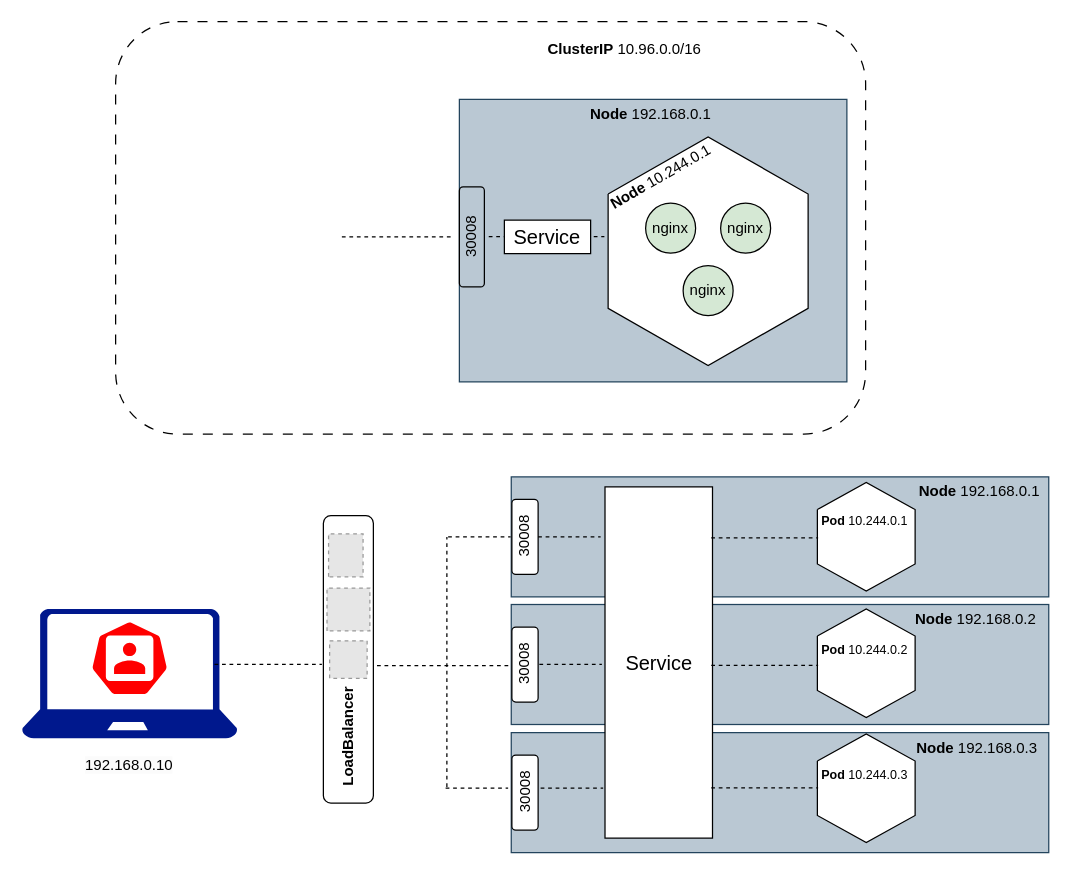
Earlier version of the draw.io diagram K8sLoadBalancerService.drawio (ChristophAtos/K8straining). Source tidied: cells renumbered, new cells numbered last; positions are measured from the earlier drawing's top-left corner, leaving out a move shared by most shapes. Both pictures are drawn from the tidied source at 125%, with x=0, y=0 at pixel (21, 21). Pictures stored in the file or linked from it are replaced by grey dashed boxes.
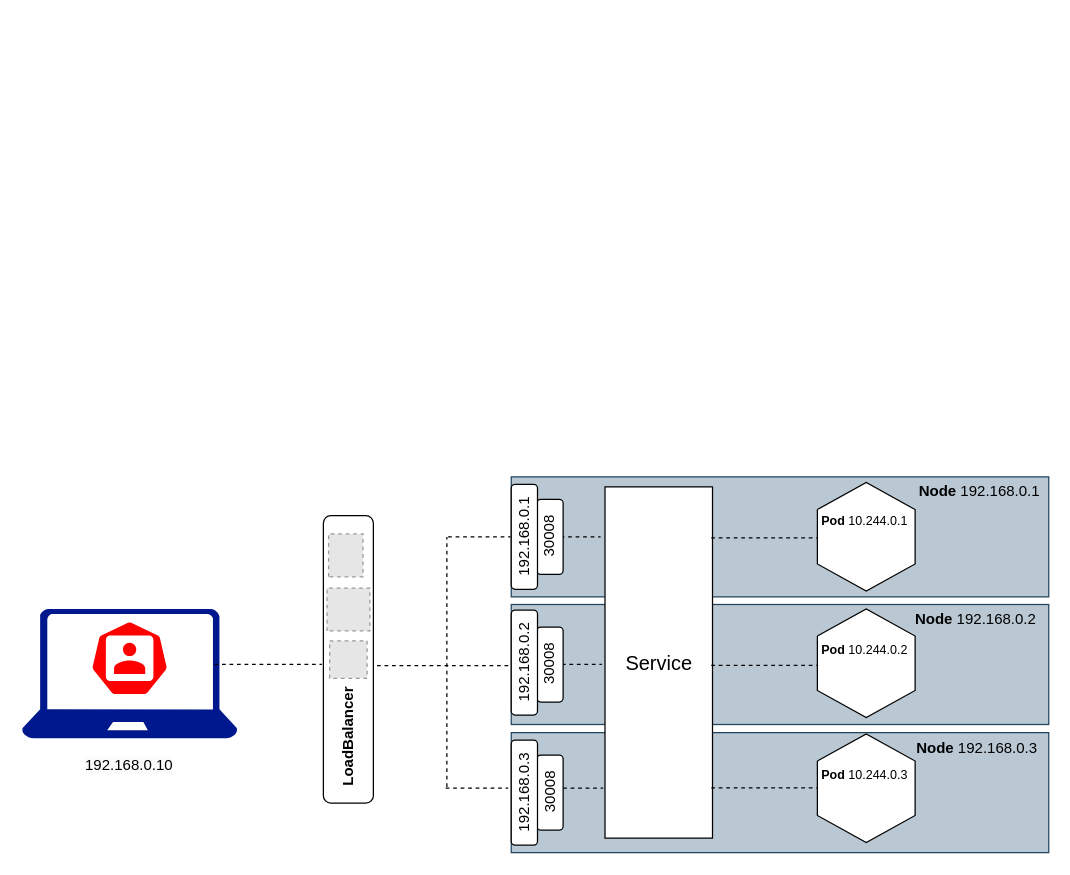
The same page after the edit.

Diff of the diagram source:
```diff
@@
-    <mxCell id="3" style="rounded=0;whiteSpace=wrap;html=1;fillColor=#bac8d3;strokeColor=#23445d;" parent="1" vertex="1">
-      <mxGeometry x="350" y="62" width="310" height="226" as="geometry" />
-    </mxCell>
-    <mxCell id="4" value="&lt;b&gt;Node&amp;nbsp;&lt;/b&gt;192.168.0.1&lt;b&gt;&amp;nbsp;&lt;/b&gt;" style="text;html=1;strokeColor=none;fillColor=none;align=center;verticalAlign=middle;whiteSpace=wrap;rounded=0;" parent="1" vertex="1">
-      <mxGeometry x="430" y="59" width="150" height="30" as="geometry" />
-    </mxCell>
-    <mxCell id="5" style="verticalLabelPosition=bottom;verticalAlign=top;html=1;shape=mxgraph.basic.polygon;polyCoords=[[0,0.25],[0.5,0],[1,0.25],[1,0.75],[0.5,1],[0,0.75],[0,0.25]];polyline=1;fillColor=default;perimeter=rectanglePerimeter;" parent="1" vertex="1">
-      <mxGeometry x="469" y="92" width="160" height="182.9" as="geometry" />
-    </mxCell>
-    <mxCell id="6" value="nginx" style="ellipse;whiteSpace=wrap;html=1;fillColor=#D5E8D4;" parent="1" vertex="1">
-      <mxGeometry x="499" y="145" width="40" height="40" as="geometry" />
-    </mxCell>
-    <mxCell id="7" value="nginx" style="ellipse;whiteSpace=wrap;html=1;fillColor=#D5E8D4;" parent="1" vertex="1">
-      <mxGeometry x="529" y="195" width="40" height="40" as="geometry" />
-    </mxCell>
-    <mxCell id="8" value="nginx" style="ellipse;whiteSpace=wrap;html=1;fillColor=#D5E8D4;" parent="1" vertex="1">
-      <mxGeometry x="559" y="145" width="40" height="40" as="geometry" />
-    </mxCell>
-    <mxCell id="9" value="&lt;b style=&quot;border-color: var(--border-color); text-align: center;&quot;&gt;Node &lt;/b&gt;&lt;span style=&quot;border-color: var(--border-color); text-align: center;&quot;&gt;10.244.0.1&lt;/span&gt;" style="text;whiteSpace=wrap;html=1;rotation=-30;" parent="1" vertex="1">
-      <mxGeometry x="463.5" y="109.5" width="99" height="27" as="geometry" />
-    </mxCell>
-    <mxCell id="10" style="rounded=1;whiteSpace=wrap;html=1;fillColor=none;dashed=1;dashPattern=8 8;" parent="1" vertex="1">
-      <mxGeometry x="75" y="-0.2" width="600" height="330" as="geometry" />
-    </mxCell>
-    <mxCell id="11" value="&lt;b&gt;ClusterIP&amp;nbsp;&lt;/b&gt;10.96.0.0/16&lt;b&gt;&amp;nbsp;&lt;/b&gt;" style="text;html=1;strokeColor=none;fillColor=none;align=center;verticalAlign=middle;whiteSpace=wrap;rounded=0;" parent="1" vertex="1">
-      <mxGeometry x="409" y="7" width="150" height="30" as="geometry" />
-    </mxCell>
@@
-    <mxCell id="14" value="30008" style="rounded=1;whiteSpace=wrap;html=1;fillColor=none;rotation=-90;" parent="1" vertex="1">
-      <mxGeometry x="320" y="162" width="80" height="20" as="geometry" />
-    </mxCell>
-    <mxCell id="15" style="endArrow=none;dashed=1;html=1;rounded=0;exitX=1.003;exitY=0.452;exitDx=0;exitDy=0;exitPerimeter=0;entryX=0.5;entryY=0;entryDx=0;entryDy=0;" parent="1" edge="1">
-      <mxGeometry relative="1" as="geometry">
-        <mxPoint x="256" y="172" as="sourcePoint" />
-        <mxPoint x="343" y="172" as="targetPoint" />
-      </mxGeometry>
-    </mxCell>
-    <mxCell id="16" style="endArrow=none;dashed=1;html=1;rounded=0;exitX=1.003;exitY=0.452;exitDx=0;exitDy=0;exitPerimeter=0;" parent="1" edge="1">
-      <mxGeometry relative="1" as="geometry">
-        <mxPoint x="373.5" y="171.8" as="sourcePoint" />
-        <mxPoint x="466" y="171.8" as="targetPoint" />
-      </mxGeometry>
-    </mxCell>
-    <mxCell id="17" value="&lt;font style=&quot;font-size: 16px;&quot;&gt;Service&lt;/font&gt;" style="rounded=0;whiteSpace=wrap;html=1;" parent="1" vertex="1">
-      <mxGeometry x="386" y="158.6" width="69" height="26.8" as="geometry" />
-    </mxCell>
@@
-    <mxCell id="34" value="30008" style="rounded=1;whiteSpace=wrap;html=1;rotation=-90;" parent="1" vertex="1">
-      <mxGeometry x="372.5" y="606.1" width="60" height="21" as="geometry" />
-    </mxCell>
-    <mxCell id="35" value="30008" style="rounded=1;whiteSpace=wrap;html=1;rotation=-90;" parent="1" vertex="1">
-      <mxGeometry x="372.5" y="503.6" width="60" height="21" as="geometry" />
-    </mxCell>
-    <mxCell id="36" value="30008" style="rounded=1;whiteSpace=wrap;html=1;rotation=-90;" parent="1" vertex="1">
-      <mxGeometry x="372.5" y="401.5" width="60" height="21" as="geometry" />
-    </mxCell>
@@
+    <mxCell id="34" value="30008" style="rounded=1;whiteSpace=wrap;html=1;rotation=-90;" parent="1" vertex="1">
+      <mxGeometry x="392.5" y="606.1" width="60" height="21" as="geometry" />
+    </mxCell>
+    <mxCell id="35" value="30008" style="rounded=1;whiteSpace=wrap;html=1;rotation=-90;" parent="1" vertex="1">
+      <mxGeometry x="392.5" y="503.6" width="60" height="21" as="geometry" />
+    </mxCell>
+    <mxCell id="36" value="30008" style="rounded=1;whiteSpace=wrap;html=1;rotation=-90;" parent="1" vertex="1">
+      <mxGeometry x="392.5" y="401.5" width="60" height="21" as="geometry" />
+    </mxCell>
+    <mxCell id="50" value="192.168.0.3" style="rounded=1;whiteSpace=wrap;html=1;rotation=-90;" parent="1" vertex="1">
+      <mxGeometry x="360" y="606.1" width="84" height="21" as="geometry" />
+    </mxCell>
+    <mxCell id="51" value="192.168.0.2" style="rounded=1;whiteSpace=wrap;html=1;rotation=-90;" parent="1" vertex="1">
+      <mxGeometry x="360" y="502" width="84" height="21" as="geometry" />
+    </mxCell>
+    <mxCell id="52" value="192.168.0.1" style="rounded=1;whiteSpace=wrap;html=1;rotation=-90;" parent="1" vertex="1">
+      <mxGeometry x="360" y="401.4" width="84" height="21" as="geometry" />
+    </mxCell>
```
